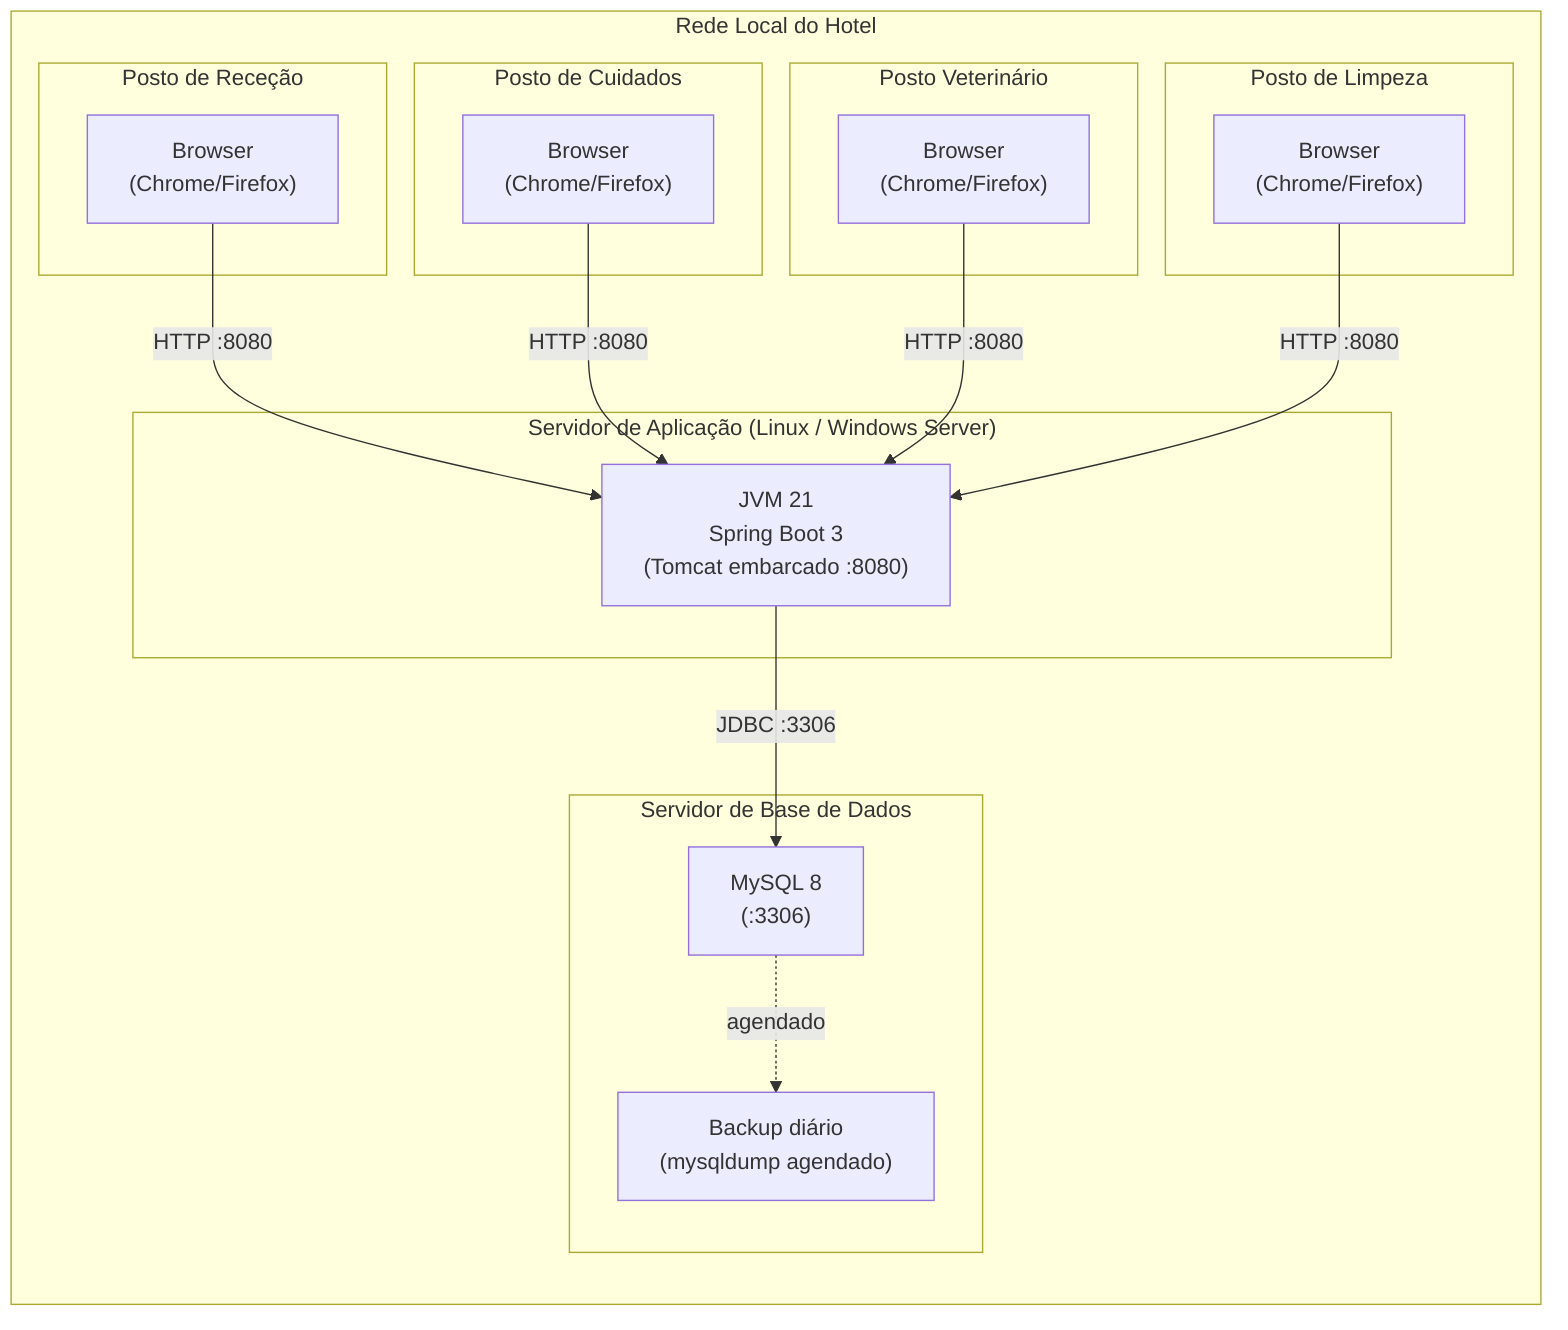
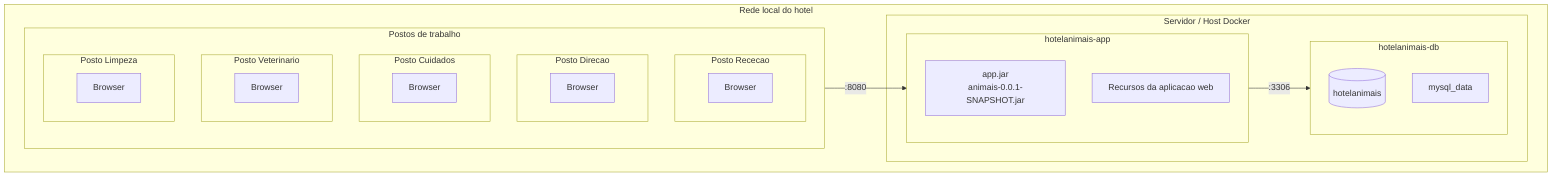
- %% Diagrama de Implantação — Hotel de Animais
- %% Ambiente de produção: rede local do hotel
+ %% Diagrama de Implantacao - Sistema Patas & Bigodes

- graph LR
+ flowchart TB
+     subgraph LAN["Rede local do hotel"]
+         subgraph Workstations["Postos de trabalho"]
+             subgraph PostoRececao["Posto Rececao"]
+                 BrowserRececao["Browser"]
+             end

-     subgraph LAN["Rede Local do Hotel"]
+             subgraph PostoDirecao["Posto Direcao"]
+                 BrowserDirecao["Browser"]
+             end

-         subgraph ClienteA["Posto de Receção"]
-             BrowserRC["Browser\n(Chrome/Firefox)"]
+             subgraph PostoCuidados["Posto Cuidados"]
+                 BrowserCuidados["Browser"]
+             end
+ 
+             subgraph PostoVeterinario["Posto Veterinario"]
+                 BrowserVeterinario["Browser"]
+             end
+ 
+             subgraph PostoLimpeza["Posto Limpeza"]
+                 BrowserLimpeza["Browser"]
+             end
        end

-         subgraph ClienteB["Posto de Cuidados"]
-             BrowserCU["Browser\n(Chrome/Firefox)"]
+         subgraph Host["Servidor / Host Docker"]
+             subgraph AppContainer["hotelanimais-app"]
+                 AppJar["app.jar<br/>animais-0.0.1-SNAPSHOT.jar"]
+                 WebArtifacts["Recursos da aplicacao web"]
+             end
+ 
+             subgraph DbContainer["hotelanimais-db"]
+                 Db[("hotelanimais")]
+                 MysqlVolume["mysql_data"]
+             end
        end
- 
-         subgraph ClienteC["Posto Veterinário"]
-             BrowserVT["Browser\n(Chrome/Firefox)"]
-         end
- 
-         subgraph ClienteD["Posto de Limpeza"]
-             BrowserLP["Browser\n(Chrome/Firefox)"]
-         end
- 
-         subgraph Servidor["Servidor de Aplicação (Linux / Windows Server)"]
-             JVM["JVM 21\nSpring Boot 3\n(Tomcat embarcado :8080)"]
-         end
- 
-         subgraph BDServer["Servidor de Base de Dados"]
-             MySQL["MySQL 8\n(:3306)"]
-             Backup["Backup diário\n(mysqldump agendado)"]
-         end
- 
    end

-     BrowserRC -->|HTTP :8080| JVM
-     BrowserCU -->|HTTP :8080| JVM
-     BrowserVT -->|HTTP :8080| JVM
-     BrowserLP -->|HTTP :8080| JVM
+     Workstations -->|:8080| AppContainer

-     JVM -->|JDBC :3306| MySQL
-     MySQL -.->|agendado| Backup
+     AppContainer -->|:3306| DbContainer
